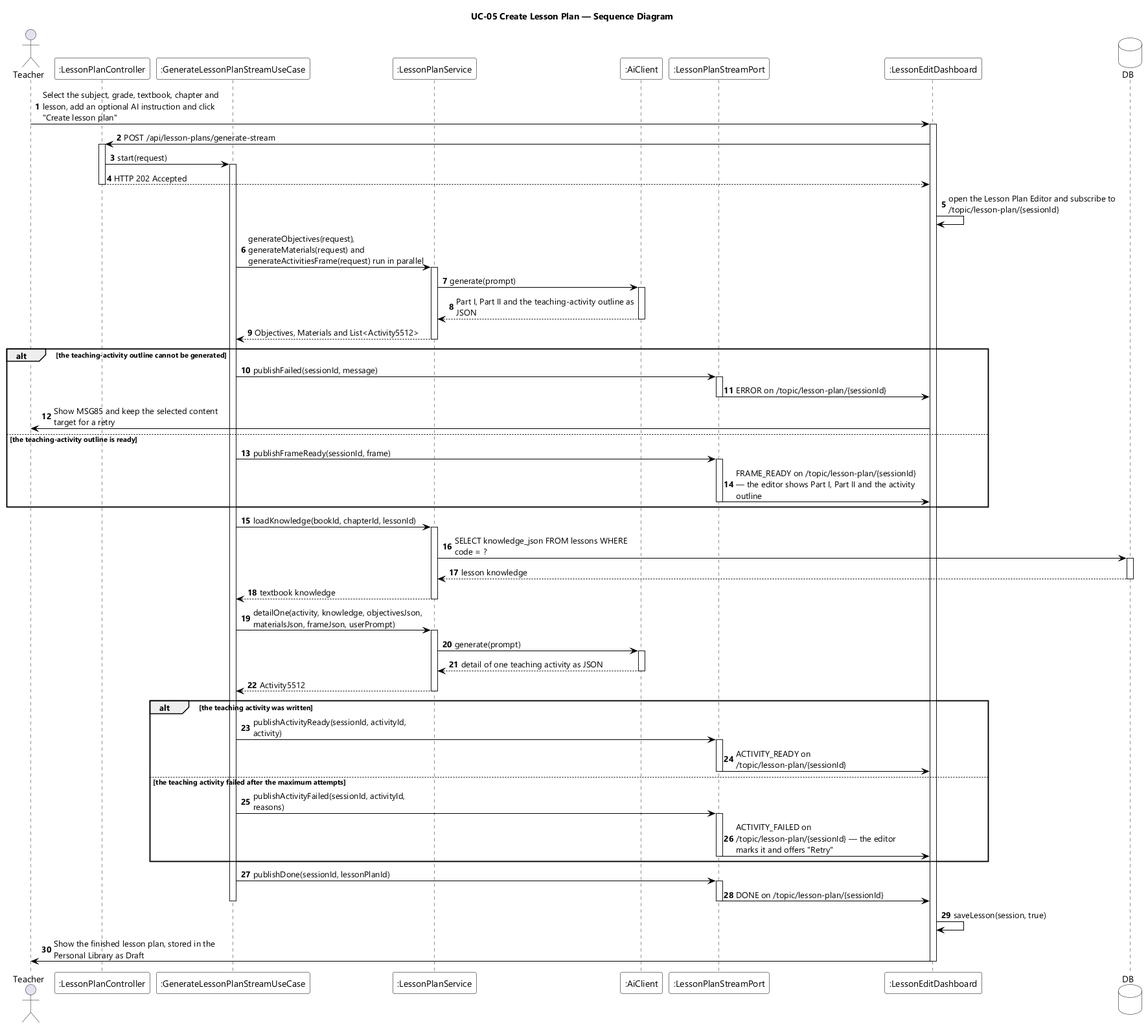
This is designs/sds-diagrams/uc05/uc05-sequence-diagram.png from EduA-system/EduA-system, a PlantUML export, as it was before one commit. The source it was exported from:
```plantuml
@startuml UC-05 Create Lesson Plan - Sequence Diagram
skinparamlocked dpi 96
skinparam defaultFontName "Segoe UI"
skinparam shadowing false
skinparam ParticipantBackgroundColor #FFFFFF
skinparam ParticipantBorderColor #000000
skinparam DatabaseBackgroundColor #FFFFFF
skinparam DatabaseBorderColor #000000
skinparam ArrowColor #000000
skinparam sequenceMessageAlign left
skinparam maxMessageSize 280
title UC-05 Create Lesson Plan — Sequence Diagram

actor Teacher
participant ":LessonPlanController" as CTL
participant ":GenerateLessonPlanStreamUseCase" as UCASE
participant ":LessonPlanService" as SVC
participant ":AiClient" as AI
participant ":LessonPlanStreamPort" as STREAM
participant ":LessonEditDashboard" as EDIT
database DB

autonumber
Teacher -> EDIT : Select the subject, grade, textbook, chapter and lesson, add an optional AI instruction and click "Create lesson plan"
activate EDIT
EDIT -> CTL : POST /api/lesson-plans/generate-stream
activate CTL
CTL -> UCASE : start(request)
activate UCASE
CTL --> EDIT : HTTP 202 Accepted
deactivate CTL
EDIT -> EDIT : open the Lesson Plan Editor and subscribe to /topic/lesson-plan/{sessionId}

UCASE -> SVC : generateObjectives(request), generateMaterials(request) and generateActivitiesFrame(request) run in parallel
activate SVC
SVC -> AI : generate(prompt)
activate AI
AI --> SVC : Part I, Part II and the teaching-activity outline as JSON
deactivate AI
SVC --> UCASE : Objectives, Materials and List<Activity5512>
deactivate SVC

alt the teaching-activity outline cannot be generated
  UCASE -> STREAM : publishFailed(sessionId, message)
  activate STREAM
  STREAM -> EDIT : ERROR on /topic/lesson-plan/{sessionId}
  deactivate STREAM
  EDIT -> Teacher : Show MSG85 and keep the selected content target for a retry
else the teaching-activity outline is ready
  UCASE -> STREAM : publishFrameReady(sessionId, frame)
  activate STREAM
  STREAM -> EDIT : FRAME_READY on /topic/lesson-plan/{sessionId} — the editor shows Part I, Part II and the activity outline
  deactivate STREAM
end

UCASE -> SVC : loadKnowledge(bookId, chapterId, lessonId)
activate SVC
SVC -> DB : SELECT knowledge_json FROM lessons WHERE code = ?
activate DB
DB --> SVC : lesson knowledge
deactivate DB
SVC --> UCASE : textbook knowledge
deactivate SVC
UCASE -> SVC : detailOne(activity, knowledge, objectivesJson, materialsJson, frameJson, userPrompt)
activate SVC
SVC -> AI : generate(prompt)
activate AI
AI --> SVC : detail of one teaching activity as JSON
deactivate AI
SVC --> UCASE : Activity5512
deactivate SVC

alt the teaching activity was written
  UCASE -> STREAM : publishActivityReady(sessionId, activityId, activity)
  activate STREAM
  STREAM -> EDIT : ACTIVITY_READY on /topic/lesson-plan/{sessionId}
  deactivate STREAM
else the teaching activity failed after the maximum attempts
  UCASE -> STREAM : publishActivityFailed(sessionId, activityId, reasons)
  activate STREAM
  STREAM -> EDIT : ACTIVITY_FAILED on /topic/lesson-plan/{sessionId} — the editor marks it and offers "Retry"
  deactivate STREAM
end

UCASE -> STREAM : publishDone(sessionId, lessonPlanId)
activate STREAM
STREAM -> EDIT : DONE on /topic/lesson-plan/{sessionId}
deactivate STREAM
deactivate UCASE
EDIT -> EDIT : saveLesson(session, true)
EDIT -> Teacher : Show the finished lesson plan, stored in the Personal Library as Draft
deactivate EDIT
@enduml
```
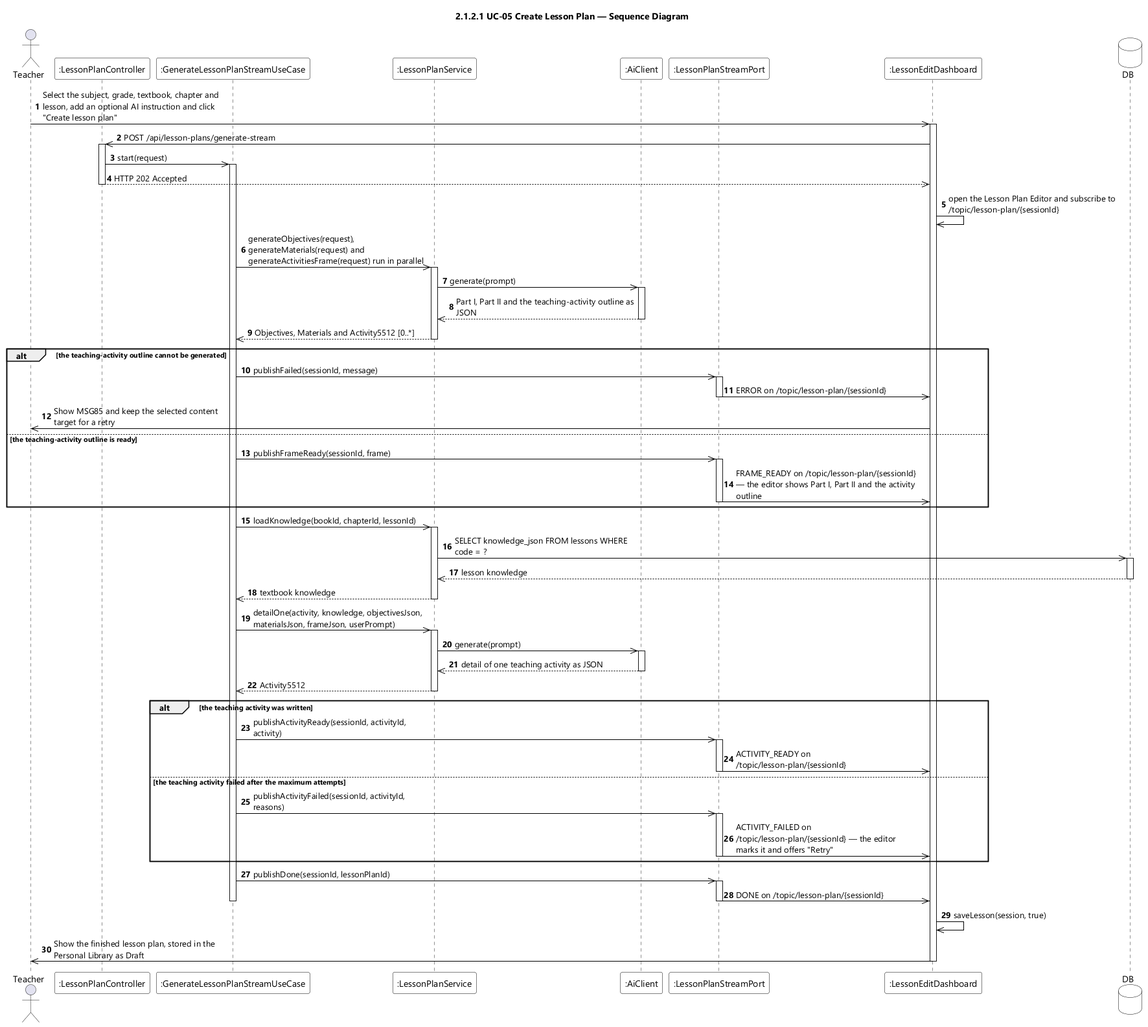
After the commit.

The edit, as a diff of the source:
```diff
@@ -9,7 +9,7 @@
 skinparam ArrowColor #000000
 skinparam sequenceMessageAlign left
 skinparam maxMessageSize 280
-title UC-05 Create Lesson Plan — Sequence Diagram
+title 2.1.2.1 UC-05 Create Lesson Plan — Sequence Diagram
 
 actor Teacher
 participant ":LessonPlanController" as CTL
@@ -21,73 +21,73 @@
 database DB
 
 autonumber
-Teacher -> EDIT : Select the subject, grade, textbook, chapter and lesson, add an optional AI instruction and click "Create lesson plan"
+Teacher ->> EDIT : Select the subject, grade, textbook, chapter and lesson, add an optional AI instruction and click "Create lesson plan"
 activate EDIT
-EDIT -> CTL : POST /api/lesson-plans/generate-stream
+EDIT ->> CTL : POST /api/lesson-plans/generate-stream
 activate CTL
-CTL -> UCASE : start(request)
+CTL ->> UCASE : start(request)
 activate UCASE
-CTL --> EDIT : HTTP 202 Accepted
+CTL -->> EDIT : HTTP 202 Accepted
 deactivate CTL
-EDIT -> EDIT : open the Lesson Plan Editor and subscribe to /topic/lesson-plan/{sessionId}
+EDIT ->> EDIT : open the Lesson Plan Editor and subscribe to /topic/lesson-plan/{sessionId}
 
-UCASE -> SVC : generateObjectives(request), generateMaterials(request) and generateActivitiesFrame(request) run in parallel
+UCASE ->> SVC : generateObjectives(request), generateMaterials(request) and generateActivitiesFrame(request) run in parallel
 activate SVC
-SVC -> AI : generate(prompt)
+SVC ->> AI : generate(prompt)
 activate AI
-AI --> SVC : Part I, Part II and the teaching-activity outline as JSON
+AI -->> SVC : Part I, Part II and the teaching-activity outline as JSON
 deactivate AI
-SVC --> UCASE : Objectives, Materials and List<Activity5512>
+SVC -->> UCASE : Objectives, Materials and Activity5512 [0..*]
 deactivate SVC
 
 alt the teaching-activity outline cannot be generated
-  UCASE -> STREAM : publishFailed(sessionId, message)
+  UCASE ->> STREAM : publishFailed(sessionId, message)
   activate STREAM
-  STREAM -> EDIT : ERROR on /topic/lesson-plan/{sessionId}
+  STREAM ->> EDIT : ERROR on /topic/lesson-plan/{sessionId}
   deactivate STREAM
-  EDIT -> Teacher : Show MSG85 and keep the selected content target for a retry
+  EDIT ->> Teacher : Show MSG85 and keep the selected content target for a retry
 else the teaching-activity outline is ready
-  UCASE -> STREAM : publishFrameReady(sessionId, frame)
+  UCASE ->> STREAM : publishFrameReady(sessionId, frame)
   activate STREAM
-  STREAM -> EDIT : FRAME_READY on /topic/lesson-plan/{sessionId} — the editor shows Part I, Part II and the activity outline
+  STREAM ->> EDIT : FRAME_READY on /topic/lesson-plan/{sessionId} — the editor shows Part I, Part II and the activity outline
   deactivate STREAM
 end
 
-UCASE -> SVC : loadKnowledge(bookId, chapterId, lessonId)
+UCASE ->> SVC : loadKnowledge(bookId, chapterId, lessonId)
 activate SVC
-SVC -> DB : SELECT knowledge_json FROM lessons WHERE code = ?
+SVC ->> DB : SELECT knowledge_json FROM lessons WHERE code = ?
 activate DB
-DB --> SVC : lesson knowledge
+DB -->> SVC : lesson knowledge
 deactivate DB
-SVC --> UCASE : textbook knowledge
+SVC -->> UCASE : textbook knowledge
 deactivate SVC
-UCASE -> SVC : detailOne(activity, knowledge, objectivesJson, materialsJson, frameJson, userPrompt)
+UCASE ->> SVC : detailOne(activity, knowledge, objectivesJson, materialsJson, frameJson, userPrompt)
 activate SVC
-SVC -> AI : generate(prompt)
+SVC ->> AI : generate(prompt)
 activate AI
-AI --> SVC : detail of one teaching activity as JSON
+AI -->> SVC : detail of one teaching activity as JSON
 deactivate AI
-SVC --> UCASE : Activity5512
+SVC -->> UCASE : Activity5512
 deactivate SVC
 
 alt the teaching activity was written
-  UCASE -> STREAM : publishActivityReady(sessionId, activityId, activity)
+  UCASE ->> STREAM : publishActivityReady(sessionId, activityId, activity)
   activate STREAM
-  STREAM -> EDIT : ACTIVITY_READY on /topic/lesson-plan/{sessionId}
+  STREAM ->> EDIT : ACTIVITY_READY on /topic/lesson-plan/{sessionId}
   deactivate STREAM
 else the teaching activity failed after the maximum attempts
-  UCASE -> STREAM : publishActivityFailed(sessionId, activityId, reasons)
+  UCASE ->> STREAM : publishActivityFailed(sessionId, activityId, reasons)
   activate STREAM
-  STREAM -> EDIT : ACTIVITY_FAILED on /topic/lesson-plan/{sessionId} — the editor marks it and offers "Retry"
+  STREAM ->> EDIT : ACTIVITY_FAILED on /topic/lesson-plan/{sessionId} — the editor marks it and offers "Retry"
   deactivate STREAM
 end
 
-UCASE -> STREAM : publishDone(sessionId, lessonPlanId)
+UCASE ->> STREAM : publishDone(sessionId, lessonPlanId)
 activate STREAM
-STREAM -> EDIT : DONE on /topic/lesson-plan/{sessionId}
+STREAM ->> EDIT : DONE on /topic/lesson-plan/{sessionId}
 deactivate STREAM
 deactivate UCASE
-EDIT -> EDIT : saveLesson(session, true)
-EDIT -> Teacher : Show the finished lesson plan, stored in the Personal Library as Draft
+EDIT ->> EDIT : saveLesson(session, true)
+EDIT ->> Teacher : Show the finished lesson plan, stored in the Personal Library as Draft
 deactivate EDIT
 @enduml
```
